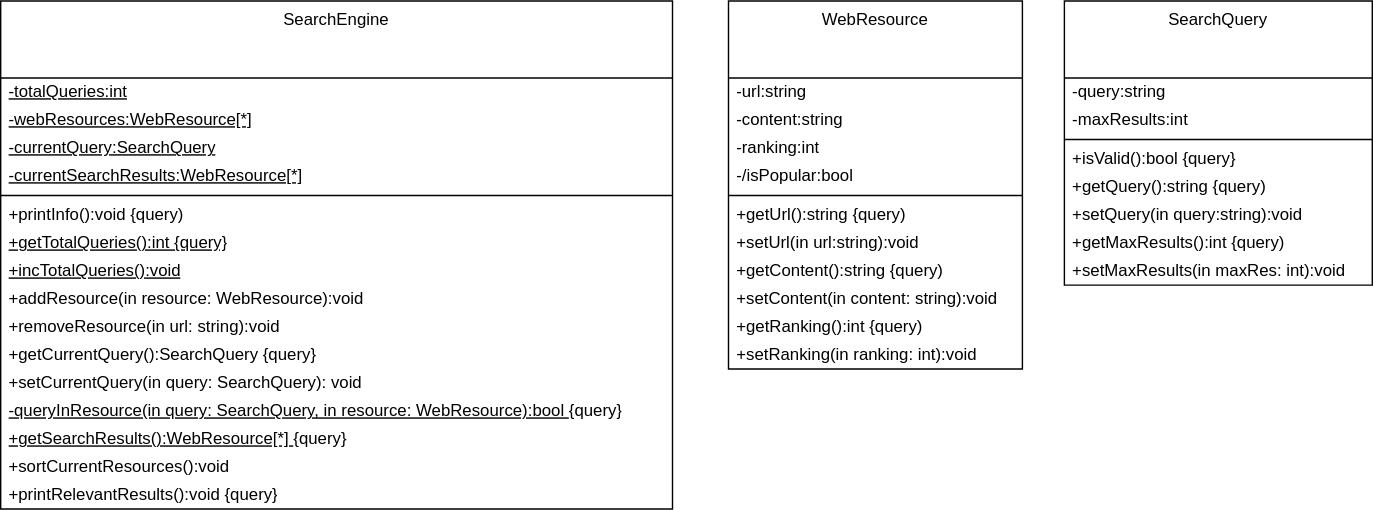
Above: courses/coding-in-C++/Lab_2/solution/Lab2_UML_Class_SearchEngine.svg in JeanLucPischa/study-code (draw.io), before the change. Source tidied: cells renumbered, new cells last; positions are measured from the earlier drawing's top-left corner, leaving out a move shared by most shapes. The source it was exported from:
```xml
<mxGraphModel>
  <root>
    <mxCell id="0" />
    <mxCell id="1" parent="0" />
    <mxCell id="2" value="WebResource" style="swimlane;fontStyle=0;align=center;verticalAlign=top;horizontal=1;startSize=55;html=1;whiteSpace=wrap;" parent="1" vertex="1">
      <mxGeometry x="520" width="210" height="263" as="geometry" />
    </mxCell>
    <mxCell id="3" value="-url:string" style="text;html=1;strokeColor=none;fillColor=none;align=left;verticalAlign=middle;spacingLeft=4;spacingRight=4;overflow=hidden;whiteSpace=wrap;" parent="2" vertex="1">
      <mxGeometry y="55" width="210" height="20" as="geometry" />
    </mxCell>
    <mxCell id="4" value="-content:string" style="text;html=1;strokeColor=none;fillColor=none;align=left;verticalAlign=middle;spacingLeft=4;spacingRight=4;overflow=hidden;whiteSpace=wrap;" parent="2" vertex="1">
      <mxGeometry y="75" width="210" height="20" as="geometry" />
    </mxCell>
    <mxCell id="5" value="-ranking:int" style="text;html=1;strokeColor=none;fillColor=none;align=left;verticalAlign=middle;spacingLeft=4;spacingRight=4;overflow=hidden;whiteSpace=wrap;" parent="2" vertex="1">
      <mxGeometry y="95" width="210" height="20" as="geometry" />
    </mxCell>
    <mxCell id="6" value="-/isPopular:bool" style="text;html=1;strokeColor=none;fillColor=none;align=left;verticalAlign=middle;spacingLeft=4;spacingRight=4;overflow=hidden;whiteSpace=wrap;" parent="2" vertex="1">
      <mxGeometry y="115" width="210" height="20" as="geometry" />
    </mxCell>
    <mxCell id="7" style="line;strokeWidth=1;fillColor=none;align=left;verticalAlign=middle;spacingTop=-1;spacingLeft=3;spacingRight=3;labelPosition=right;" parent="2" vertex="1">
      <mxGeometry y="135" width="210" height="8" as="geometry" />
    </mxCell>
    <mxCell id="8" value="+getUrl():string {query)" style="text;html=1;strokeColor=none;fillColor=none;align=left;verticalAlign=middle;spacingLeft=4;spacingRight=4;overflow=hidden;whiteSpace=wrap;" parent="2" vertex="1">
      <mxGeometry y="143" width="210" height="20" as="geometry" />
    </mxCell>
    <mxCell id="9" value="+setUrl(in url:string):void" style="text;html=1;strokeColor=none;fillColor=none;align=left;verticalAlign=middle;spacingLeft=4;spacingRight=4;overflow=hidden;whiteSpace=wrap;" parent="2" vertex="1">
      <mxGeometry y="163" width="210" height="20" as="geometry" />
    </mxCell>
    <mxCell id="10" value="+getContent():string {query)" style="text;html=1;strokeColor=none;fillColor=none;align=left;verticalAlign=middle;spacingLeft=4;spacingRight=4;overflow=hidden;whiteSpace=wrap;" parent="2" vertex="1">
      <mxGeometry y="183" width="210" height="20" as="geometry" />
    </mxCell>
    <mxCell id="11" value="+setContent(in content: string):void" style="text;html=1;strokeColor=none;fillColor=none;align=left;verticalAlign=middle;spacingLeft=4;spacingRight=4;overflow=hidden;whiteSpace=wrap;" parent="2" vertex="1">
      <mxGeometry y="203" width="210" height="20" as="geometry" />
    </mxCell>
    <mxCell id="12" value="+getRanking():int {query)" style="text;html=1;strokeColor=none;fillColor=none;align=left;verticalAlign=middle;spacingLeft=4;spacingRight=4;overflow=hidden;whiteSpace=wrap;" parent="2" vertex="1">
      <mxGeometry y="223" width="210" height="20" as="geometry" />
    </mxCell>
    <mxCell id="13" value="+setRanking(in ranking: int):void" style="text;html=1;strokeColor=none;fillColor=none;align=left;verticalAlign=middle;spacingLeft=4;spacingRight=4;overflow=hidden;whiteSpace=wrap;" parent="2" vertex="1">
      <mxGeometry y="243" width="210" height="20" as="geometry" />
    </mxCell>
    <mxCell id="14" value="SearchQuery" style="swimlane;fontStyle=0;align=center;verticalAlign=top;horizontal=1;startSize=55;html=1;whiteSpace=wrap;" parent="1" vertex="1">
      <mxGeometry x="760" width="220" height="203" as="geometry" />
    </mxCell>
    <mxCell id="15" value="-query:string" style="text;html=1;strokeColor=none;fillColor=none;align=left;verticalAlign=middle;spacingLeft=4;spacingRight=4;overflow=hidden;whiteSpace=wrap;" parent="14" vertex="1">
      <mxGeometry y="55" width="220" height="20" as="geometry" />
    </mxCell>
    <mxCell id="16" value="-maxResults:int" style="text;html=1;strokeColor=none;fillColor=none;align=left;verticalAlign=middle;spacingLeft=4;spacingRight=4;overflow=hidden;whiteSpace=wrap;" parent="14" vertex="1">
      <mxGeometry y="75" width="220" height="20" as="geometry" />
    </mxCell>
    <mxCell id="17" style="line;strokeWidth=1;fillColor=none;align=left;verticalAlign=middle;spacingTop=-1;spacingLeft=3;spacingRight=3;labelPosition=right;" parent="14" vertex="1">
      <mxGeometry y="95" width="220" height="8" as="geometry" />
    </mxCell>
    <mxCell id="18" value="+isValid():bool {query}" style="text;html=1;strokeColor=none;fillColor=none;align=left;verticalAlign=middle;spacingLeft=4;spacingRight=4;overflow=hidden;whiteSpace=wrap;" parent="14" vertex="1">
      <mxGeometry y="103" width="220" height="20" as="geometry" />
    </mxCell>
    <mxCell id="19" value="+getQuery():string {query)" style="text;html=1;strokeColor=none;fillColor=none;align=left;verticalAlign=middle;spacingLeft=4;spacingRight=4;overflow=hidden;whiteSpace=wrap;" parent="14" vertex="1">
      <mxGeometry y="123" width="220" height="20" as="geometry" />
    </mxCell>
    <mxCell id="20" value="+setQuery(in query:string):void" style="text;html=1;strokeColor=none;fillColor=none;align=left;verticalAlign=middle;spacingLeft=4;spacingRight=4;overflow=hidden;whiteSpace=wrap;" parent="14" vertex="1">
      <mxGeometry y="143" width="220" height="20" as="geometry" />
    </mxCell>
    <mxCell id="21" value="+getMaxResults():int {query)" style="text;html=1;strokeColor=none;fillColor=none;align=left;verticalAlign=middle;spacingLeft=4;spacingRight=4;overflow=hidden;whiteSpace=wrap;" parent="14" vertex="1">
      <mxGeometry y="163" width="220" height="20" as="geometry" />
    </mxCell>
    <mxCell id="22" value="+setMaxResults(in maxRes: int):void" style="text;html=1;strokeColor=none;fillColor=none;align=left;verticalAlign=middle;spacingLeft=4;spacingRight=4;overflow=hidden;whiteSpace=wrap;" parent="14" vertex="1">
      <mxGeometry y="183" width="220" height="20" as="geometry" />
    </mxCell>
    <mxCell id="23" value="SearchEngine" style="swimlane;fontStyle=0;align=center;verticalAlign=top;horizontal=1;startSize=55;html=1;whiteSpace=wrap;" parent="1" vertex="1">
      <mxGeometry width="480" height="363" as="geometry" />
    </mxCell>
    <mxCell id="24" value="&lt;u&gt;-totalQueries:int&lt;/u&gt;" style="text;html=1;strokeColor=none;fillColor=none;align=left;verticalAlign=middle;spacingLeft=4;spacingRight=4;overflow=hidden;whiteSpace=wrap;" parent="23" vertex="1">
      <mxGeometry y="55" width="480" height="20" as="geometry" />
    </mxCell>
    <mxCell id="25" value="&lt;u&gt;-webResources:WebResource[*]&lt;/u&gt;" style="text;html=1;strokeColor=none;fillColor=none;align=left;verticalAlign=middle;spacingLeft=4;spacingRight=4;overflow=hidden;whiteSpace=wrap;" parent="23" vertex="1">
      <mxGeometry y="75" width="480" height="20" as="geometry" />
    </mxCell>
    <mxCell id="26" value="&lt;u&gt;-currentQuery:SearchQuery&lt;/u&gt;" style="text;html=1;strokeColor=none;fillColor=none;align=left;verticalAlign=middle;spacingLeft=4;spacingRight=4;overflow=hidden;whiteSpace=wrap;" parent="23" vertex="1">
      <mxGeometry y="95" width="480" height="20" as="geometry" />
    </mxCell>
    <mxCell id="27" value="&lt;u&gt;-currentSearchResults:WebResource[*]&lt;/u&gt;" style="text;html=1;strokeColor=none;fillColor=none;align=left;verticalAlign=middle;spacingLeft=4;spacingRight=4;overflow=hidden;whiteSpace=wrap;" parent="23" vertex="1">
      <mxGeometry y="115" width="480" height="20" as="geometry" />
    </mxCell>
    <mxCell id="28" style="line;strokeWidth=1;fillColor=none;align=left;verticalAlign=middle;spacingTop=-1;spacingLeft=3;spacingRight=3;labelPosition=right;" parent="23" vertex="1">
      <mxGeometry y="135" width="480" height="8" as="geometry" />
    </mxCell>
    <mxCell id="29" value="+printInfo():void {query)" style="text;html=1;strokeColor=none;fillColor=none;align=left;verticalAlign=middle;spacingLeft=4;spacingRight=4;overflow=hidden;whiteSpace=wrap;" parent="23" vertex="1">
      <mxGeometry y="143" width="480" height="20" as="geometry" />
    </mxCell>
    <mxCell id="30" value="&lt;u&gt;+getTotalQueries():int {query}&lt;/u&gt;" style="text;html=1;strokeColor=none;fillColor=none;align=left;verticalAlign=middle;spacingLeft=4;spacingRight=4;overflow=hidden;whiteSpace=wrap;" parent="23" vertex="1">
      <mxGeometry y="163" width="480" height="20" as="geometry" />
    </mxCell>
    <mxCell id="31" value="&lt;u&gt;+incTotalQueries():void&lt;/u&gt;" style="text;html=1;strokeColor=none;fillColor=none;align=left;verticalAlign=middle;spacingLeft=4;spacingRight=4;overflow=hidden;whiteSpace=wrap;" parent="23" vertex="1">
      <mxGeometry y="183" width="480" height="20" as="geometry" />
    </mxCell>
    <mxCell id="32" value="+addResource(in resource: WebResource):void" style="text;html=1;strokeColor=none;fillColor=none;align=left;verticalAlign=middle;spacingLeft=4;spacingRight=4;overflow=hidden;whiteSpace=wrap;" parent="23" vertex="1">
      <mxGeometry y="203" width="480" height="20" as="geometry" />
    </mxCell>
    <mxCell id="33" value="+removeResource(in url: string):void" style="text;html=1;strokeColor=none;fillColor=none;align=left;verticalAlign=middle;spacingLeft=4;spacingRight=4;overflow=hidden;whiteSpace=wrap;" parent="23" vertex="1">
      <mxGeometry y="223" width="480" height="20" as="geometry" />
    </mxCell>
    <mxCell id="34" value="+getCurrentQuery():SearchQuery {query}" style="text;html=1;strokeColor=none;fillColor=none;align=left;verticalAlign=middle;spacingLeft=4;spacingRight=4;overflow=hidden;whiteSpace=wrap;" parent="23" vertex="1">
      <mxGeometry y="243" width="480" height="20" as="geometry" />
    </mxCell>
    <mxCell id="35" value="+setCurrentQuery(in query: SearchQuery): void" style="text;html=1;strokeColor=none;fillColor=none;align=left;verticalAlign=middle;spacingLeft=4;spacingRight=4;overflow=hidden;whiteSpace=wrap;" parent="23" vertex="1">
      <mxGeometry y="263" width="480" height="20" as="geometry" />
    </mxCell>
    <mxCell id="36" value="&lt;u&gt;-queryInResource(in query: SearchQuery, in resource: WebResource):bool&amp;nbsp;&lt;/u&gt;{query}" style="text;html=1;strokeColor=none;fillColor=none;align=left;verticalAlign=middle;spacingLeft=4;spacingRight=4;overflow=hidden;whiteSpace=wrap;" parent="23" vertex="1">
      <mxGeometry y="283" width="480" height="20" as="geometry" />
    </mxCell>
    <mxCell id="37" value="&lt;u&gt;+getSearchResults():WebResource[*]&amp;nbsp;&lt;/u&gt;{query}" style="text;html=1;strokeColor=none;fillColor=none;align=left;verticalAlign=middle;spacingLeft=4;spacingRight=4;overflow=hidden;whiteSpace=wrap;" parent="23" vertex="1">
      <mxGeometry y="303" width="480" height="20" as="geometry" />
    </mxCell>
    <mxCell id="38" value="+sortCurrentResources():void" style="text;html=1;strokeColor=none;fillColor=none;align=left;verticalAlign=middle;spacingLeft=4;spacingRight=4;overflow=hidden;whiteSpace=wrap;" parent="23" vertex="1">
      <mxGeometry y="323" width="480" height="20" as="geometry" />
    </mxCell>
    <mxCell id="39" value="+printRelevantResults():void {query}" style="text;html=1;strokeColor=none;fillColor=none;align=left;verticalAlign=middle;spacingLeft=4;spacingRight=4;overflow=hidden;whiteSpace=wrap;" parent="23" vertex="1">
      <mxGeometry y="343" width="480" height="20" as="geometry" />
    </mxCell>
  </root>
</mxGraphModel>
```
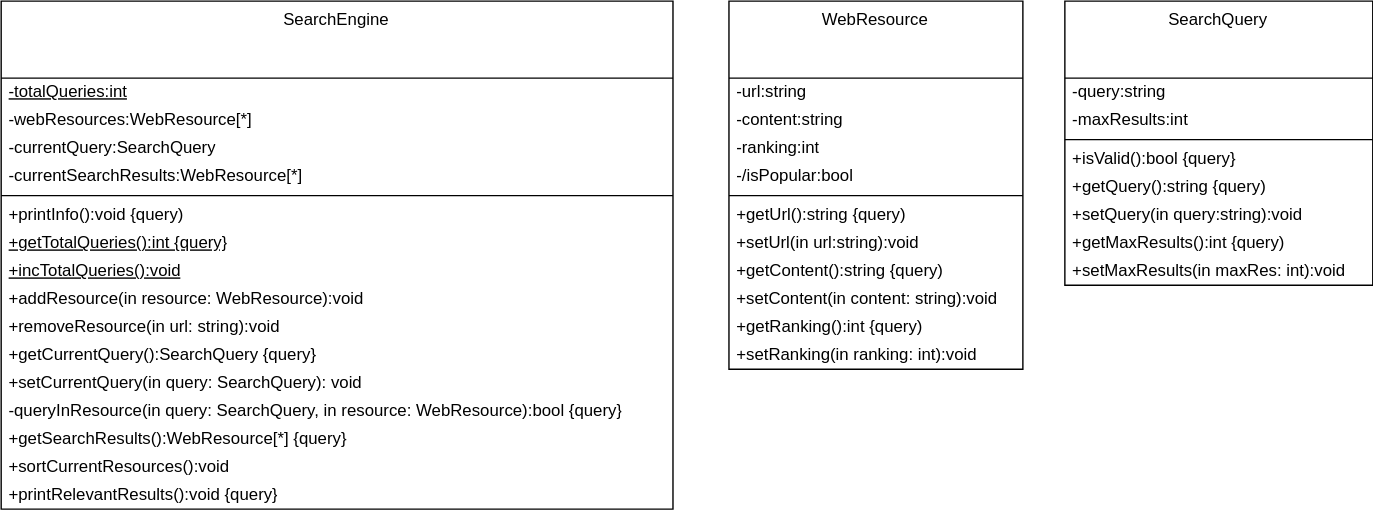
The same file after the commit.

Commit message:
update class diagrams with static fix

Diff of the diagram source:
```diff
@@ -71,13 +71,13 @@
     <mxCell id="24" value="&lt;u&gt;-totalQueries:int&lt;/u&gt;" style="text;html=1;strokeColor=none;fillColor=none;align=left;verticalAlign=middle;spacingLeft=4;spacingRight=4;overflow=hidden;whiteSpace=wrap;" parent="23" vertex="1">
       <mxGeometry y="55" width="480" height="20" as="geometry" />
     </mxCell>
-    <mxCell id="25" value="&lt;u&gt;-webResources:WebResource[*]&lt;/u&gt;" style="text;html=1;strokeColor=none;fillColor=none;align=left;verticalAlign=middle;spacingLeft=4;spacingRight=4;overflow=hidden;whiteSpace=wrap;" parent="23" vertex="1">
+    <mxCell id="25" value="-webResources:WebResource[*]" style="text;html=1;strokeColor=none;fillColor=none;align=left;verticalAlign=middle;spacingLeft=4;spacingRight=4;overflow=hidden;whiteSpace=wrap;" parent="23" vertex="1">
       <mxGeometry y="75" width="480" height="20" as="geometry" />
     </mxCell>
-    <mxCell id="26" value="&lt;u&gt;-currentQuery:SearchQuery&lt;/u&gt;" style="text;html=1;strokeColor=none;fillColor=none;align=left;verticalAlign=middle;spacingLeft=4;spacingRight=4;overflow=hidden;whiteSpace=wrap;" parent="23" vertex="1">
+    <mxCell id="26" value="-currentQuery:SearchQuery" style="text;html=1;strokeColor=none;fillColor=none;align=left;verticalAlign=middle;spacingLeft=4;spacingRight=4;overflow=hidden;whiteSpace=wrap;" parent="23" vertex="1">
       <mxGeometry y="95" width="480" height="20" as="geometry" />
     </mxCell>
-    <mxCell id="27" value="&lt;u&gt;-currentSearchResults:WebResource[*]&lt;/u&gt;" style="text;html=1;strokeColor=none;fillColor=none;align=left;verticalAlign=middle;spacingLeft=4;spacingRight=4;overflow=hidden;whiteSpace=wrap;" parent="23" vertex="1">
+    <mxCell id="27" value="-currentSearchResults:WebResource[*]" style="text;html=1;strokeColor=none;fillColor=none;align=left;verticalAlign=middle;spacingLeft=4;spacingRight=4;overflow=hidden;whiteSpace=wrap;" parent="23" vertex="1">
       <mxGeometry y="115" width="480" height="20" as="geometry" />
     </mxCell>
     <mxCell id="28" style="line;strokeWidth=1;fillColor=none;align=left;verticalAlign=middle;spacingTop=-1;spacingLeft=3;spacingRight=3;labelPosition=right;" parent="23" vertex="1">
@@ -104,10 +104,10 @@
     <mxCell id="35" value="+setCurrentQuery(in query: SearchQuery): void" style="text;html=1;strokeColor=none;fillColor=none;align=left;verticalAlign=middle;spacingLeft=4;spacingRight=4;overflow=hidden;whiteSpace=wrap;" parent="23" vertex="1">
       <mxGeometry y="263" width="480" height="20" as="geometry" />
     </mxCell>
-    <mxCell id="36" value="&lt;u&gt;-queryInResource(in query: SearchQuery, in resource: WebResource):bool&amp;nbsp;&lt;/u&gt;{query}" style="text;html=1;strokeColor=none;fillColor=none;align=left;verticalAlign=middle;spacingLeft=4;spacingRight=4;overflow=hidden;whiteSpace=wrap;" parent="23" vertex="1">
+    <mxCell id="36" value="-queryInResource(in query: SearchQuery, in resource: WebResource):bool&amp;nbsp;{query}" style="text;html=1;strokeColor=none;fillColor=none;align=left;verticalAlign=middle;spacingLeft=4;spacingRight=4;overflow=hidden;whiteSpace=wrap;" parent="23" vertex="1">
       <mxGeometry y="283" width="480" height="20" as="geometry" />
     </mxCell>
-    <mxCell id="37" value="&lt;u&gt;+getSearchResults():WebResource[*]&amp;nbsp;&lt;/u&gt;{query}" style="text;html=1;strokeColor=none;fillColor=none;align=left;verticalAlign=middle;spacingLeft=4;spacingRight=4;overflow=hidden;whiteSpace=wrap;" parent="23" vertex="1">
+    <mxCell id="37" value="+getSearchResults():WebResource[*]&amp;nbsp;{query}" style="text;html=1;strokeColor=none;fillColor=none;align=left;verticalAlign=middle;spacingLeft=4;spacingRight=4;overflow=hidden;whiteSpace=wrap;" parent="23" vertex="1">
       <mxGeometry y="303" width="480" height="20" as="geometry" />
     </mxCell>
     <mxCell id="38" value="+sortCurrentResources():void" style="text;html=1;strokeColor=none;fillColor=none;align=left;verticalAlign=middle;spacingLeft=4;spacingRight=4;overflow=hidden;whiteSpace=wrap;" parent="23" vertex="1">
```
